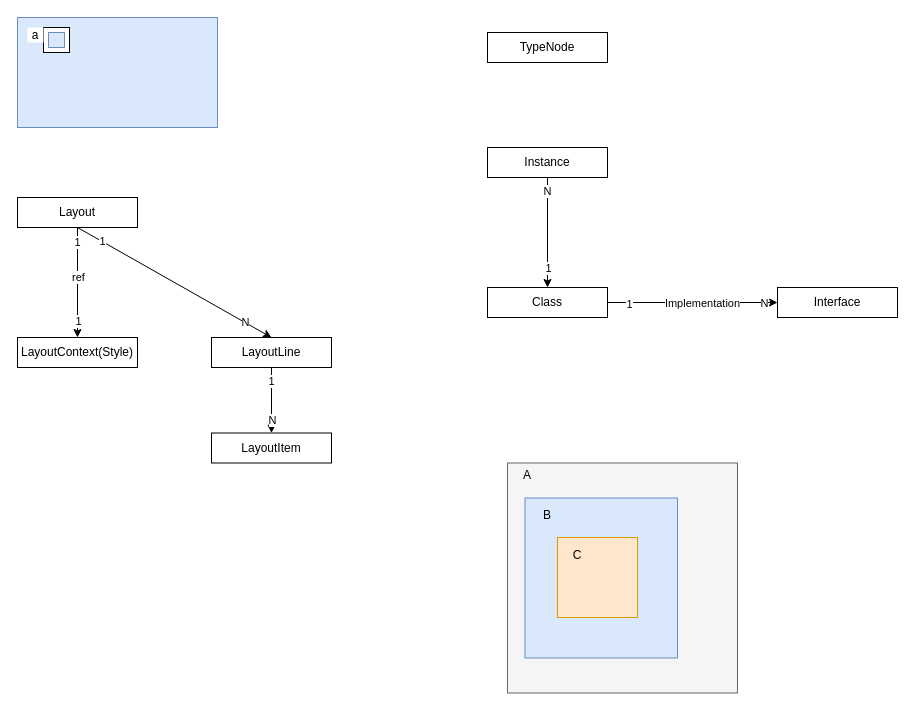
Earlier version of the draw.io diagram doc/layout_demo.drawio (yuanronghhh/Cst). Source tidied: cells renumbered, new cells numbered last; positions are measured from the earlier drawing's top-left corner, leaving out a move shared by most shapes. Both pictures are drawn from the tidied source at 100%, with x=0, y=0 at pixel (17, 17).
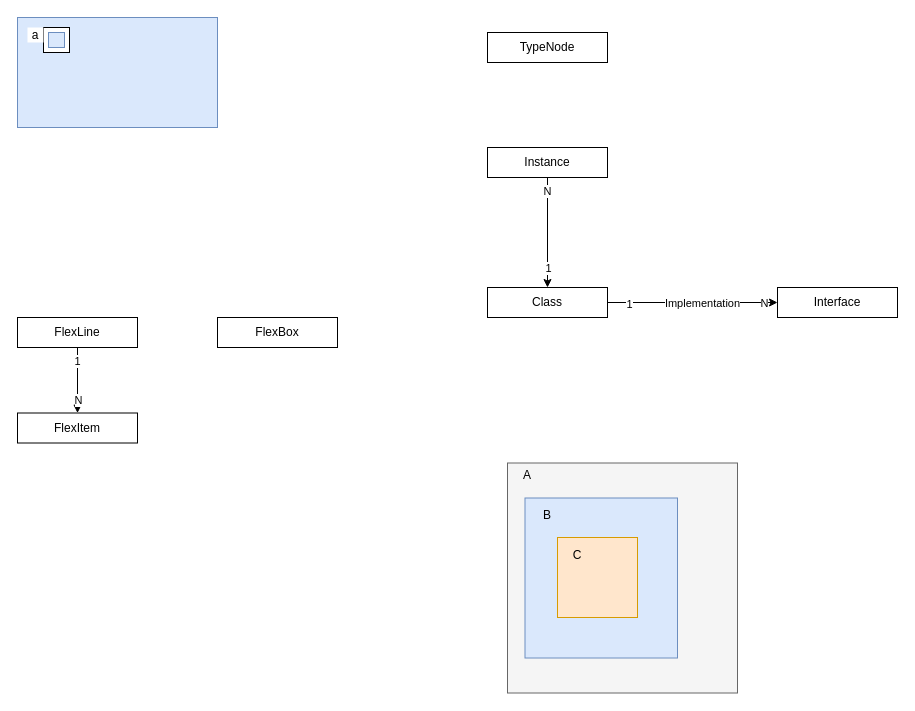
The same diagram, later.

The edit, as a diff of the source:
```diff
@@
-    <mxCell id="6" value="LayoutItem" style="rounded=0;whiteSpace=wrap;html=1;shadow=0;glass=0;sketch=0;" parent="1" vertex="1">
-      <mxGeometry x="194" y="415.5" width="120" height="30" as="geometry" />
+    <mxCell id="6" value="FlexItem" style="rounded=0;whiteSpace=wrap;html=1;shadow=0;glass=0;sketch=0;" parent="1" vertex="1">
+      <mxGeometry y="395.5" width="120" height="30" as="geometry" />
     </mxCell>
-    <mxCell id="7" style="edgeStyle=none;rounded=0;jettySize=auto;html=1;entryX=0.5;entryY=0;entryDx=0;entryDy=0;" parent="1" edge="1" source="14" target="15">
-      <mxGeometry relative="1" as="geometry" />
-    </mxCell>
-    <mxCell id="8" value="1" style="edgeLabel;html=1;align=center;verticalAlign=middle;" parent="7" vertex="1">
-      <mxGeometry x="-0.81" y="-1" relative="1" as="geometry">
-        <mxPoint y="4" as="offset" />
-      </mxGeometry>
-    </mxCell>
-    <mxCell id="9" value="1" style="edgeLabel;html=1;align=center;verticalAlign=middle;" parent="7" vertex="1">
-      <mxGeometry x="0.69" relative="1" as="geometry" />
-    </mxCell>
-    <mxCell id="10" value="ref" style="edgeLabel;html=1;align=center;verticalAlign=middle;" parent="7" vertex="1">
-      <mxGeometry x="-0.13" y="2" relative="1" as="geometry">
-        <mxPoint x="-2" y="1" as="offset" />
-      </mxGeometry>
-    </mxCell>
-    <mxCell id="11" style="edgeStyle=none;rounded=0;jettySize=auto;html=1;entryX=0.5;entryY=0;entryDx=0;entryDy=0;exitX=0.5;exitY=1;exitDx=0;exitDy=0;" parent="1" edge="1" source="14" target="19">
-      <mxGeometry relative="1" as="geometry" />
-    </mxCell>
-    <mxCell id="12" value="1" style="edgeLabel;html=1;align=center;verticalAlign=middle;" parent="11" vertex="1">
-      <mxGeometry x="-0.75" relative="1" as="geometry" />
-    </mxCell>
-    <mxCell id="13" value="N" style="edgeLabel;html=1;align=center;verticalAlign=middle;" parent="11" vertex="1">
-      <mxGeometry x="0.72" relative="1" as="geometry" />
-    </mxCell>
-    <mxCell id="14" value="Layout" style="rounded=0;whiteSpace=wrap;html=1;shadow=0;glass=0;sketch=0;" parent="1" vertex="1">
-      <mxGeometry y="180" width="120" height="30" as="geometry" />
-    </mxCell>
-    <mxCell id="15" value="LayoutContext(Style)" style="rounded=0;whiteSpace=wrap;html=1;shadow=0;glass=0;sketch=0;" parent="1" vertex="1">
-      <mxGeometry y="320" width="120" height="30" as="geometry" />
-    </mxCell>
@@
-    <mxCell id="19" value="LayoutLine" style="rounded=0;whiteSpace=wrap;html=1;shadow=0;glass=0;sketch=0;" parent="1" vertex="1">
-      <mxGeometry x="194" y="320" width="120" height="30" as="geometry" />
+    <mxCell id="19" value="FlexLine" style="rounded=0;whiteSpace=wrap;html=1;shadow=0;glass=0;sketch=0;" parent="1" vertex="1">
+      <mxGeometry y="300" width="120" height="30" as="geometry" />
     </mxCell>
@@
+    <mxCell id="38" value="FlexBox" style="rounded=0;whiteSpace=wrap;html=1;shadow=0;glass=0;sketch=0;" parent="1" vertex="1">
+      <mxGeometry x="200" y="300" width="120" height="30" as="geometry" />
+    </mxCell>
```
